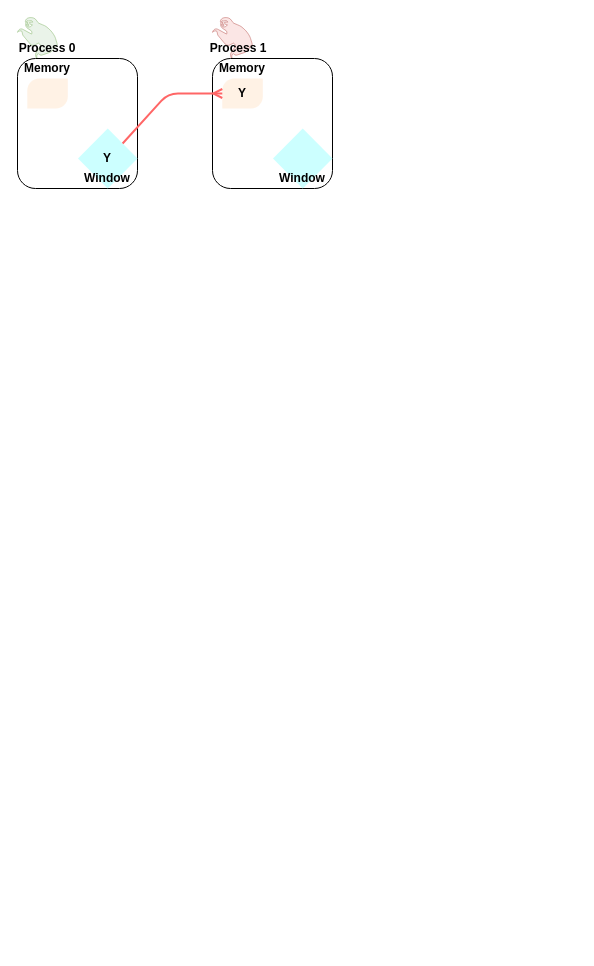
Above: page "RMA_quizzes" (1 of 2) of content/diagrams/intermediate-mpi.drawio in ENCCS/intermediate-mpi (draw.io), before the change. Source tidied: cells renumbered, new cells numbered last; positions are measured from the earlier drawing's top-left corner, leaving out a move shared by most shapes. Both pictures are drawn from the tidied source at 100%, with x=0, y=0 at pixel (17, 17).
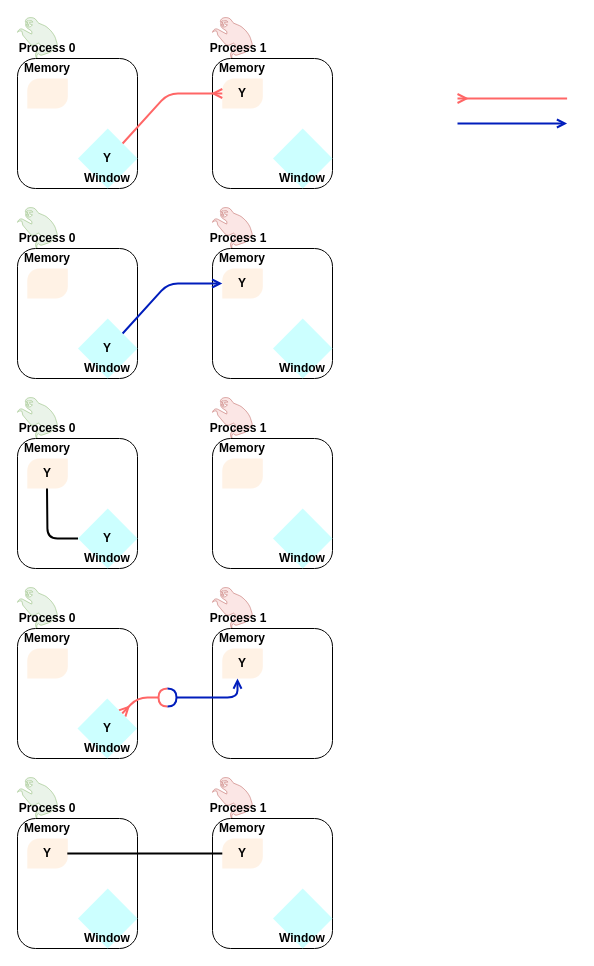
After the change.

Diff of the diagram source:
```diff
@@
+    <mxCell id="19" style="shape=mxgraph.signs.animals.sloth;html=1;fillColor=#d5e8d4;strokeColor=#82b366;verticalLabelPosition=bottom;verticalAlign=top;align=center;opacity=50;" parent="1" vertex="1">
+      <mxGeometry y="190" width="40" height="41" as="geometry" />
+    </mxCell>
+    <mxCell id="20" style="shape=mxgraph.signs.animals.sloth;html=1;fillColor=#f8cecc;strokeColor=#b85450;verticalLabelPosition=bottom;verticalAlign=top;align=center;opacity=50;" parent="1" vertex="1">
+      <mxGeometry x="195" y="190" width="40" height="41" as="geometry" />
+    </mxCell>
+    <mxCell id="21" style="rounded=1;whiteSpace=wrap;html=1;" parent="1" vertex="1">
+      <mxGeometry y="231" width="120" height="130" as="geometry" />
+    </mxCell>
+    <mxCell id="22" style="rounded=1;whiteSpace=wrap;html=1;" parent="1" vertex="1">
+      <mxGeometry x="195" y="231" width="120" height="130" as="geometry" />
+    </mxCell>
+    <mxCell id="23" value="&lt;b&gt;Process 0&lt;/b&gt;" style="text;html=1;strokeColor=none;fillColor=none;align=center;verticalAlign=middle;whiteSpace=wrap;rounded=0;" parent="1" vertex="1">
+      <mxGeometry y="211" width="60" height="20" as="geometry" />
+    </mxCell>
+    <mxCell id="24" value="&lt;b&gt;Process 1&lt;/b&gt;" style="text;html=1;strokeColor=none;fillColor=none;align=center;verticalAlign=middle;whiteSpace=wrap;rounded=0;" parent="1" vertex="1">
+      <mxGeometry x="190.5" y="211" width="60" height="20" as="geometry" />
+    </mxCell>
+    <mxCell id="25" value="&lt;b&gt;Memory&lt;/b&gt;" style="text;html=1;strokeColor=none;fillColor=none;align=center;verticalAlign=middle;whiteSpace=wrap;rounded=0;" parent="1" vertex="1">
+      <mxGeometry y="231" width="60" height="20" as="geometry" />
+    </mxCell>
+    <mxCell id="26" value="&lt;b&gt;Memory&lt;/b&gt;" style="text;html=1;strokeColor=none;fillColor=none;align=center;verticalAlign=middle;whiteSpace=wrap;rounded=0;" parent="1" vertex="1">
+      <mxGeometry x="195" y="231" width="60" height="20" as="geometry" />
+    </mxCell>
+    <mxCell id="27" style="rhombus;whiteSpace=wrap;html=1;fillColor=#CCFFFF;strokeColor=none;shadow=0;" parent="1" vertex="1">
+      <mxGeometry x="60.5" y="301" width="59.5" height="60" as="geometry" />
+    </mxCell>
+    <mxCell id="28" value="&lt;b&gt;Window&lt;/b&gt;" style="text;html=1;strokeColor=none;fillColor=none;align=center;verticalAlign=middle;whiteSpace=wrap;rounded=0;shadow=0;" parent="1" vertex="1">
+      <mxGeometry x="65.2" y="341" width="50" height="20" as="geometry" />
+    </mxCell>
+    <mxCell id="29" style="rhombus;whiteSpace=wrap;html=1;fillColor=#CCFFFF;strokeColor=none;shadow=0;" parent="1" vertex="1">
+      <mxGeometry x="255.5" y="301" width="59.5" height="60" as="geometry" />
+    </mxCell>
+    <mxCell id="30" value="&lt;b&gt;Window&lt;/b&gt;" style="text;html=1;strokeColor=none;fillColor=none;align=center;verticalAlign=middle;whiteSpace=wrap;rounded=0;shadow=0;" parent="1" vertex="1">
+      <mxGeometry x="260.2" y="346" width="50" height="10" as="geometry" />
+    </mxCell>
+    <mxCell id="31" style="verticalLabelPosition=bottom;verticalAlign=top;html=1;shape=mxgraph.basic.diag_round_rect;dx=6;shadow=0;strokeColor=none;fillColor=#FFE6CC;opacity=50;" parent="1" vertex="1">
+      <mxGeometry x="9.8" y="251" width="40.5" height="30" as="geometry" />
+    </mxCell>
+    <mxCell id="32" style="verticalLabelPosition=bottom;verticalAlign=top;html=1;shape=mxgraph.basic.diag_round_rect;dx=6;shadow=0;strokeColor=none;fillColor=#FFE6CC;opacity=50;fontFamily=Helvetica;" parent="1" vertex="1">
+      <mxGeometry x="204.8" y="251" width="40.5" height="30" as="geometry" />
+    </mxCell>
+    <mxCell id="33" style="endArrow=open;html=1;exitX=1;exitY=0;exitDx=0;exitDy=0;entryX=0;entryY=0.5;entryDx=0;entryDy=0;entryPerimeter=0;strokeColor=#001DBC;fillColor=#0050ef;startArrow=none;startFill=0;endFill=0;strokeWidth=2;" parent="1" edge="1" source="27" target="32">
+      <mxGeometry relative="1" as="geometry">
+        <Array as="points">
+          <mxPoint x="150.5" y="266" />
+        </Array>
+      </mxGeometry>
+    </mxCell>
+    <mxCell id="34" value="&lt;p&gt;&lt;b&gt;Y&lt;/b&gt;&lt;/p&gt;" style="text;html=1;strokeColor=none;fillColor=none;align=center;verticalAlign=middle;whiteSpace=wrap;rounded=0;shadow=0;fontFamily=Helvetica;opacity=50;" parent="1" vertex="1">
+      <mxGeometry x="204.8" y="256" width="40" height="20" as="geometry" />
+    </mxCell>
+    <mxCell id="35" value="&lt;p&gt;&lt;b&gt;Y&lt;/b&gt;&lt;/p&gt;" style="text;html=1;strokeColor=none;fillColor=none;align=center;verticalAlign=middle;whiteSpace=wrap;rounded=0;shadow=0;fontFamily=Helvetica;opacity=50;" parent="1" vertex="1">
+      <mxGeometry x="70.2" y="321" width="40" height="20" as="geometry" />
+    </mxCell>
+    <mxCell id="36" style="shape=mxgraph.signs.animals.sloth;html=1;fillColor=#d5e8d4;strokeColor=#82b366;verticalLabelPosition=bottom;verticalAlign=top;align=center;opacity=50;" parent="1" vertex="1">
+      <mxGeometry y="380" width="40" height="41" as="geometry" />
+    </mxCell>
+    <mxCell id="37" style="shape=mxgraph.signs.animals.sloth;html=1;fillColor=#f8cecc;strokeColor=#b85450;verticalLabelPosition=bottom;verticalAlign=top;align=center;opacity=50;" parent="1" vertex="1">
+      <mxGeometry x="195" y="380" width="40" height="41" as="geometry" />
+    </mxCell>
+    <mxCell id="38" style="rounded=1;whiteSpace=wrap;html=1;" parent="1" vertex="1">
+      <mxGeometry y="421" width="120" height="130" as="geometry" />
+    </mxCell>
+    <mxCell id="39" style="rounded=1;whiteSpace=wrap;html=1;" parent="1" vertex="1">
+      <mxGeometry x="195" y="421" width="120" height="130" as="geometry" />
+    </mxCell>
+    <mxCell id="40" value="&lt;b&gt;Process 0&lt;/b&gt;" style="text;html=1;strokeColor=none;fillColor=none;align=center;verticalAlign=middle;whiteSpace=wrap;rounded=0;" parent="1" vertex="1">
+      <mxGeometry y="401" width="60" height="20" as="geometry" />
+    </mxCell>
+    <mxCell id="41" value="&lt;b&gt;Process 1&lt;/b&gt;" style="text;html=1;strokeColor=none;fillColor=none;align=center;verticalAlign=middle;whiteSpace=wrap;rounded=0;" parent="1" vertex="1">
+      <mxGeometry x="190.5" y="401" width="60" height="20" as="geometry" />
+    </mxCell>
+    <mxCell id="42" value="&lt;b&gt;Memory&lt;/b&gt;" style="text;html=1;strokeColor=none;fillColor=none;align=center;verticalAlign=middle;whiteSpace=wrap;rounded=0;" parent="1" vertex="1">
+      <mxGeometry y="421" width="60" height="20" as="geometry" />
+    </mxCell>
+    <mxCell id="43" value="&lt;b&gt;Memory&lt;/b&gt;" style="text;html=1;strokeColor=none;fillColor=none;align=center;verticalAlign=middle;whiteSpace=wrap;rounded=0;" parent="1" vertex="1">
+      <mxGeometry x="195" y="421" width="60" height="20" as="geometry" />
+    </mxCell>
+    <mxCell id="44" style="rhombus;whiteSpace=wrap;html=1;fillColor=#CCFFFF;strokeColor=none;shadow=0;" parent="1" vertex="1">
+      <mxGeometry x="60.5" y="491" width="59.5" height="60" as="geometry" />
+    </mxCell>
+    <mxCell id="45" value="&lt;b&gt;Window&lt;/b&gt;" style="text;html=1;strokeColor=none;fillColor=none;align=center;verticalAlign=middle;whiteSpace=wrap;rounded=0;shadow=0;" parent="1" vertex="1">
+      <mxGeometry x="65.2" y="531" width="50" height="20" as="geometry" />
+    </mxCell>
+    <mxCell id="46" style="rhombus;whiteSpace=wrap;html=1;fillColor=#CCFFFF;strokeColor=none;shadow=0;" parent="1" vertex="1">
+      <mxGeometry x="255.5" y="491" width="59.5" height="60" as="geometry" />
+    </mxCell>
+    <mxCell id="47" value="&lt;b&gt;Window&lt;/b&gt;" style="text;html=1;strokeColor=none;fillColor=none;align=center;verticalAlign=middle;whiteSpace=wrap;rounded=0;shadow=0;" parent="1" vertex="1">
+      <mxGeometry x="260.2" y="536" width="50" height="10" as="geometry" />
+    </mxCell>
+    <mxCell id="48" style="verticalLabelPosition=bottom;verticalAlign=top;html=1;shape=mxgraph.basic.diag_round_rect;dx=6;shadow=0;strokeColor=none;fillColor=#FFE6CC;opacity=50;" parent="1" vertex="1">
+      <mxGeometry x="9.8" y="441" width="40.5" height="30" as="geometry" />
+    </mxCell>
+    <mxCell id="49" style="verticalLabelPosition=bottom;verticalAlign=top;html=1;shape=mxgraph.basic.diag_round_rect;dx=6;shadow=0;strokeColor=none;fillColor=#FFE6CC;opacity=50;fontFamily=Helvetica;" parent="1" vertex="1">
+      <mxGeometry x="204.8" y="441" width="40.5" height="30" as="geometry" />
+    </mxCell>
+    <mxCell id="50" value="&lt;p&gt;&lt;b&gt;Y&lt;/b&gt;&lt;/p&gt;" style="text;html=1;strokeColor=none;fillColor=none;align=center;verticalAlign=middle;whiteSpace=wrap;rounded=0;shadow=0;fontFamily=Helvetica;opacity=50;" parent="1" vertex="1">
+      <mxGeometry x="70.2" y="511" width="40" height="20" as="geometry" />
+    </mxCell>
+    <mxCell id="51" value="&lt;p&gt;&lt;b&gt;Y&lt;/b&gt;&lt;/p&gt;" style="text;html=1;strokeColor=none;fillColor=none;align=center;verticalAlign=middle;whiteSpace=wrap;rounded=0;shadow=0;fontFamily=Helvetica;opacity=50;" parent="1" vertex="1">
+      <mxGeometry x="9.8" y="446" width="40" height="20" as="geometry" />
+    </mxCell>
+    <mxCell id="52" style="endArrow=none;html=1;strokeWidth=2;fillColor=#FF6666;fontFamily=Helvetica;exitX=0;exitY=0.5;exitDx=0;exitDy=0;endFill=0;" parent="1" edge="1" source="44">
+      <mxGeometry relative="1" as="geometry">
+        <mxPoint x="29.5" y="471" as="targetPoint" />
+        <Array as="points">
+          <mxPoint x="30" y="521" />
+        </Array>
+      </mxGeometry>
+    </mxCell>
+    <mxCell id="53" style="shape=mxgraph.signs.animals.sloth;html=1;fillColor=#d5e8d4;strokeColor=#82b366;verticalLabelPosition=bottom;verticalAlign=top;align=center;opacity=50;" parent="1" vertex="1">
+      <mxGeometry y="570" width="40" height="41" as="geometry" />
+    </mxCell>
+    <mxCell id="54" style="shape=mxgraph.signs.animals.sloth;html=1;fillColor=#f8cecc;strokeColor=#b85450;verticalLabelPosition=bottom;verticalAlign=top;align=center;opacity=50;" parent="1" vertex="1">
+      <mxGeometry x="195" y="570" width="40" height="41" as="geometry" />
+    </mxCell>
+    <mxCell id="55" style="rounded=1;whiteSpace=wrap;html=1;" parent="1" vertex="1">
+      <mxGeometry y="611" width="120" height="130" as="geometry" />
+    </mxCell>
+    <mxCell id="56" style="rounded=1;whiteSpace=wrap;html=1;" parent="1" vertex="1">
+      <mxGeometry x="195" y="611" width="120" height="130" as="geometry" />
+    </mxCell>
+    <mxCell id="57" value="&lt;b&gt;Process 0&lt;/b&gt;" style="text;html=1;strokeColor=none;fillColor=none;align=center;verticalAlign=middle;whiteSpace=wrap;rounded=0;" parent="1" vertex="1">
+      <mxGeometry y="591" width="60" height="20" as="geometry" />
+    </mxCell>
+    <mxCell id="58" value="&lt;b&gt;Process 1&lt;/b&gt;" style="text;html=1;strokeColor=none;fillColor=none;align=center;verticalAlign=middle;whiteSpace=wrap;rounded=0;" parent="1" vertex="1">
+      <mxGeometry x="190.5" y="591" width="60" height="20" as="geometry" />
+    </mxCell>
+    <mxCell id="59" value="&lt;b&gt;Memory&lt;/b&gt;" style="text;html=1;strokeColor=none;fillColor=none;align=center;verticalAlign=middle;whiteSpace=wrap;rounded=0;" parent="1" vertex="1">
+      <mxGeometry y="611" width="60" height="20" as="geometry" />
+    </mxCell>
+    <mxCell id="60" value="&lt;b&gt;Memory&lt;/b&gt;" style="text;html=1;strokeColor=none;fillColor=none;align=center;verticalAlign=middle;whiteSpace=wrap;rounded=0;" parent="1" vertex="1">
+      <mxGeometry x="195" y="611" width="60" height="20" as="geometry" />
+    </mxCell>
+    <mxCell id="61" style="verticalLabelPosition=bottom;verticalAlign=top;html=1;shape=mxgraph.basic.diag_round_rect;dx=6;shadow=0;strokeColor=none;fillColor=#FFE6CC;opacity=50;" parent="1" vertex="1">
+      <mxGeometry x="9.8" y="631" width="40.5" height="30" as="geometry" />
+    </mxCell>
+    <mxCell id="62" style="verticalLabelPosition=bottom;verticalAlign=top;html=1;shape=mxgraph.basic.diag_round_rect;dx=6;shadow=0;strokeColor=none;fillColor=#FFE6CC;opacity=50;fontFamily=Helvetica;" parent="1" vertex="1">
+      <mxGeometry x="204.8" y="631" width="40.5" height="30" as="geometry" />
+    </mxCell>
+    <mxCell id="63" value="&lt;p&gt;&lt;b&gt;Y&lt;/b&gt;&lt;/p&gt;" style="text;html=1;strokeColor=none;fillColor=none;align=center;verticalAlign=middle;whiteSpace=wrap;rounded=0;shadow=0;fontFamily=Helvetica;opacity=50;" parent="1" vertex="1">
+      <mxGeometry x="204.8" y="636" width="40" height="20" as="geometry" />
+    </mxCell>
+    <mxCell id="64" style="endArrow=ERmany;html=1;strokeColor=#FF6666;strokeWidth=2;fillColor=#FF6666;fontFamily=Helvetica;endFill=0;startArrow=halfCircle;startFill=0;entryX=1;entryY=0;entryDx=0;entryDy=0;" parent="1" edge="1" target="66">
+      <mxGeometry relative="1" as="geometry">
+        <mxPoint x="150" y="680" as="sourcePoint" />
+        <Array as="points">
+          <mxPoint x="120" y="680" />
+        </Array>
+      </mxGeometry>
+    </mxCell>
+    <mxCell id="65" style="endArrow=open;html=1;strokeColor=#001DBC;strokeWidth=2;fillColor=#0050ef;fontFamily=Helvetica;entryX=0.5;entryY=1;entryDx=0;entryDy=0;startArrow=halfCircle;startFill=0;endFill=0;" parent="1" edge="1">
+      <mxGeometry relative="1" as="geometry">
+        <mxPoint x="150" y="680" as="sourcePoint" />
+        <mxPoint x="220" y="661" as="targetPoint" />
+        <Array as="points">
+          <mxPoint x="220" y="680" />
+        </Array>
+      </mxGeometry>
+    </mxCell>
+    <mxCell id="66" style="rhombus;whiteSpace=wrap;html=1;fillColor=#CCFFFF;strokeColor=none;shadow=0;" parent="1" vertex="1">
+      <mxGeometry x="60" y="681" width="59.5" height="60" as="geometry" />
+    </mxCell>
+    <mxCell id="67" value="&lt;b&gt;Window&lt;/b&gt;" style="text;html=1;strokeColor=none;fillColor=none;align=center;verticalAlign=middle;whiteSpace=wrap;rounded=0;shadow=0;" parent="1" vertex="1">
+      <mxGeometry x="64.8" y="721" width="50" height="20" as="geometry" />
+    </mxCell>
+    <mxCell id="68" value="&lt;p&gt;&lt;b&gt;Y&lt;/b&gt;&lt;/p&gt;" style="text;html=1;strokeColor=none;fillColor=none;align=center;verticalAlign=middle;whiteSpace=wrap;rounded=0;shadow=0;fontFamily=Helvetica;opacity=50;" parent="1" vertex="1">
+      <mxGeometry x="69.8" y="701" width="40" height="20" as="geometry" />
+    </mxCell>
+    <mxCell id="69" style="shape=mxgraph.signs.animals.sloth;html=1;fillColor=#d5e8d4;strokeColor=#82b366;verticalLabelPosition=bottom;verticalAlign=top;align=center;opacity=50;" parent="1" vertex="1">
+      <mxGeometry y="760" width="40" height="41" as="geometry" />
+    </mxCell>
+    <mxCell id="70" style="shape=mxgraph.signs.animals.sloth;html=1;fillColor=#f8cecc;strokeColor=#b85450;verticalLabelPosition=bottom;verticalAlign=top;align=center;opacity=50;" parent="1" vertex="1">
+      <mxGeometry x="195" y="760" width="40" height="41" as="geometry" />
+    </mxCell>
+    <mxCell id="71" style="rounded=1;whiteSpace=wrap;html=1;" parent="1" vertex="1">
+      <mxGeometry y="801" width="120" height="130" as="geometry" />
+    </mxCell>
+    <mxCell id="72" style="rounded=1;whiteSpace=wrap;html=1;" parent="1" vertex="1">
+      <mxGeometry x="195" y="801" width="120" height="130" as="geometry" />
+    </mxCell>
+    <mxCell id="73" value="&lt;b&gt;Process 0&lt;/b&gt;" style="text;html=1;strokeColor=none;fillColor=none;align=center;verticalAlign=middle;whiteSpace=wrap;rounded=0;" parent="1" vertex="1">
+      <mxGeometry y="781" width="60" height="20" as="geometry" />
+    </mxCell>
+    <mxCell id="74" value="&lt;b&gt;Process 1&lt;/b&gt;" style="text;html=1;strokeColor=none;fillColor=none;align=center;verticalAlign=middle;whiteSpace=wrap;rounded=0;" parent="1" vertex="1">
+      <mxGeometry x="190.5" y="781" width="60" height="20" as="geometry" />
+    </mxCell>
+    <mxCell id="75" value="&lt;b&gt;Memory&lt;/b&gt;" style="text;html=1;strokeColor=none;fillColor=none;align=center;verticalAlign=middle;whiteSpace=wrap;rounded=0;" parent="1" vertex="1">
+      <mxGeometry y="801" width="60" height="20" as="geometry" />
+    </mxCell>
+    <mxCell id="76" value="&lt;b&gt;Memory&lt;/b&gt;" style="text;html=1;strokeColor=none;fillColor=none;align=center;verticalAlign=middle;whiteSpace=wrap;rounded=0;" parent="1" vertex="1">
+      <mxGeometry x="195" y="801" width="60" height="20" as="geometry" />
+    </mxCell>
+    <mxCell id="77" style="rhombus;whiteSpace=wrap;html=1;fillColor=#CCFFFF;strokeColor=none;shadow=0;" parent="1" vertex="1">
+      <mxGeometry x="60.5" y="871" width="59.5" height="60" as="geometry" />
+    </mxCell>
+    <mxCell id="78" value="&lt;b&gt;Window&lt;/b&gt;" style="text;html=1;strokeColor=none;fillColor=none;align=center;verticalAlign=middle;whiteSpace=wrap;rounded=0;shadow=0;" parent="1" vertex="1">
+      <mxGeometry x="65.2" y="911" width="50" height="20" as="geometry" />
+    </mxCell>
+    <mxCell id="79" style="rhombus;whiteSpace=wrap;html=1;fillColor=#CCFFFF;strokeColor=none;shadow=0;" parent="1" vertex="1">
+      <mxGeometry x="255.5" y="871" width="59.5" height="60" as="geometry" />
+    </mxCell>
+    <mxCell id="80" value="&lt;b&gt;Window&lt;/b&gt;" style="text;html=1;strokeColor=none;fillColor=none;align=center;verticalAlign=middle;whiteSpace=wrap;rounded=0;shadow=0;" parent="1" vertex="1">
+      <mxGeometry x="260.2" y="916" width="50" height="10" as="geometry" />
+    </mxCell>
+    <mxCell id="81" style="verticalLabelPosition=bottom;verticalAlign=top;html=1;shape=mxgraph.basic.diag_round_rect;dx=6;shadow=0;strokeColor=none;fillColor=#FFE6CC;opacity=50;" parent="1" vertex="1">
+      <mxGeometry x="9.8" y="821" width="40.5" height="30" as="geometry" />
+    </mxCell>
+    <mxCell id="82" style="verticalLabelPosition=bottom;verticalAlign=top;html=1;shape=mxgraph.basic.diag_round_rect;dx=6;shadow=0;strokeColor=none;fillColor=#FFE6CC;opacity=50;fontFamily=Helvetica;" parent="1" vertex="1">
+      <mxGeometry x="204.8" y="821" width="40.5" height="30" as="geometry" />
+    </mxCell>
+    <mxCell id="83" value="&lt;p&gt;&lt;b&gt;Y&lt;/b&gt;&lt;/p&gt;" style="text;html=1;strokeColor=none;fillColor=none;align=center;verticalAlign=middle;whiteSpace=wrap;rounded=0;shadow=0;fontFamily=Helvetica;opacity=50;" parent="1" vertex="1">
+      <mxGeometry x="9.8" y="826" width="40" height="20" as="geometry" />
+    </mxCell>
+    <mxCell id="84" style="endArrow=none;html=1;strokeColor=#000000;strokeWidth=2;fillColor=#FF6666;fontFamily=Helvetica;entryX=0;entryY=0.5;entryDx=0;entryDy=0;entryPerimeter=0;" parent="1" edge="1" target="82">
+      <mxGeometry relative="1" as="geometry">
+        <mxPoint x="49.8" y="836" as="sourcePoint" />
+      </mxGeometry>
+    </mxCell>
+    <mxCell id="85" value="&lt;p&gt;&lt;b&gt;Y&lt;/b&gt;&lt;/p&gt;" style="text;html=1;strokeColor=none;fillColor=none;align=center;verticalAlign=middle;whiteSpace=wrap;rounded=0;shadow=0;fontFamily=Helvetica;opacity=50;" parent="1" vertex="1">
+      <mxGeometry x="204.8" y="826" width="40" height="20" as="geometry" />
+    </mxCell>
+    <mxCell id="86" style="endArrow=none;html=1;entryX=0;entryY=0.5;entryDx=0;entryDy=0;entryPerimeter=0;strokeColor=#FF6666;fillColor=#FF6666;startArrow=ERmany;startFill=0;endFill=0;strokeWidth=2;" parent="1" edge="1">
+      <mxGeometry relative="1" as="geometry">
+        <mxPoint x="440" y="81" as="sourcePoint" />
+        <mxPoint x="549.6" y="81" as="targetPoint" />
+        <Array as="points">
+          <mxPoint x="495.4" y="81" />
+        </Array>
+      </mxGeometry>
+    </mxCell>
+    <mxCell id="87" style="endArrow=open;html=1;entryX=0;entryY=0.5;entryDx=0;entryDy=0;entryPerimeter=0;strokeColor=#001DBC;fillColor=#0050ef;startArrow=none;startFill=0;endFill=0;strokeWidth=2;" parent="1" edge="1">
+      <mxGeometry relative="1" as="geometry">
+        <mxPoint x="440" y="106" as="sourcePoint" />
+        <mxPoint x="549.6" y="106" as="targetPoint" />
+        <Array as="points">
+          <mxPoint x="495.4" y="106" />
+        </Array>
+      </mxGeometry>
+    </mxCell>
```
